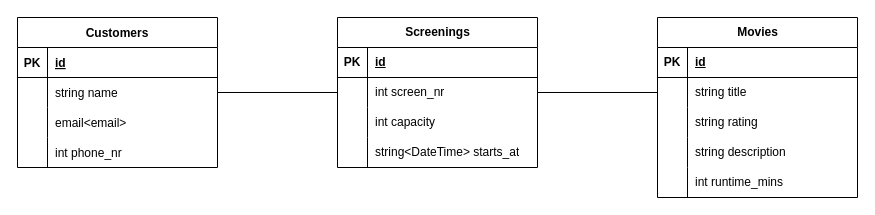
Before: edr.drawio in boolean-uk/csharp-api-cinema-challenge, a draw.io diagram. Source tidied: cells renumbered, new cells numbered last; positions are measured from the earlier drawing's top-left corner, leaving out a move shared by most shapes. Both pictures are drawn from the tidied source at 100%, with x=0, y=0 at pixel (17, 17).
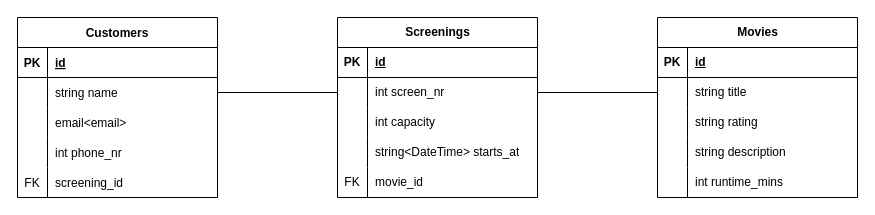
The same diagram, later.

Commit message:
updated edr with foreignkeys

The change refers to these unchanged cells:
```xml
<mxCell id="19" style="shape=tableRow;horizontal=0;startSize=0;swimlaneHead=0;swimlaneBody=0;fillColor=none;points=[[0,0.5],[1,0.5]];portConstraint=eastwest;top=0;left=0;right=0;bottom=0;" parent="15" vertex="1">
  <mxGeometry y="60" width="200" height="30" as="geometry" />
</mxCell>
<mxCell id="32" style="shape=tableRow;horizontal=0;startSize=0;swimlaneHead=0;swimlaneBody=0;fillColor=none;points=[[0,0.5],[1,0.5]];portConstraint=eastwest;top=0;left=0;right=0;bottom=0;" parent="28" vertex="1">
  <mxGeometry y="60" width="200" height="30" as="geometry" />
</mxCell>
```

What changed in the source:
```diff
@@
     <mxCell id="2" value="Customers" style="shape=table;startSize=30;childLayout=tableLayout;rowLines=0;fontStyle=1;align=center;" parent="1" vertex="1">
-      <mxGeometry width="200" height="150" as="geometry" />
+      <mxGeometry width="200" height="180" as="geometry" />
     </mxCell>
@@
+    <mxCell id="46" style="shape=partialRectangle;fillColor=none;top=0;left=0;right=0;bottom=0;" parent="2" vertex="1">
+      <mxGeometry y="150" width="200" height="30" as="geometry" />
+    </mxCell>
+    <mxCell id="47" value="FK" style="shape=partialRectangle;overflow=hidden;fillColor=none;top=0;left=0;bottom=0;right=0;" parent="46" vertex="1">
+      <mxGeometry width="30" height="30" as="geometry" />
+    </mxCell>
+    <mxCell id="48" value="screening_id" style="shape=partialRectangle;overflow=hidden;fillColor=none;top=0;left=0;bottom=0;right=0;align=left;spacingLeft=6;" parent="46" vertex="1">
+      <mxGeometry x="30" width="170" height="30" as="geometry" />
+    </mxCell>
     <mxCell id="15" value="Screenings" style="shape=table;startSize=30;childLayout=tableLayout;rowLines=0;fontStyle=1;align=center;html=1;" parent="1" vertex="1">
-      <mxGeometry x="320" width="200" height="150" as="geometry" />
+      <mxGeometry x="320" width="200" height="180" as="geometry" />
     </mxCell>
@@
+    <mxCell id="49" style="shape=tableRow;horizontal=0;startSize=0;swimlaneHead=0;swimlaneBody=0;fillColor=none;top=0;left=0;right=0;bottom=0;" parent="15" vertex="1">
+      <mxGeometry y="120" width="200" height="30" as="geometry" />
+    </mxCell>
+    <mxCell id="50" style="shape=partialRectangle;fillColor=none;top=0;left=0;bottom=0;right=0;overflow=hidden;whiteSpace=wrap;html=1;" parent="49" vertex="1">
+      <mxGeometry width="30" height="30" as="geometry" />
+    </mxCell>
+    <mxCell id="51" value="string&amp;lt;DateTime&amp;gt; starts_at" style="shape=partialRectangle;fillColor=none;top=0;left=0;bottom=0;right=0;align=left;spacingLeft=6;overflow=hidden;whiteSpace=wrap;html=1;" parent="49" vertex="1">
+      <mxGeometry x="30" width="170" height="30" as="geometry" />
+    </mxCell>
     <mxCell id="25" style="shape=tableRow;horizontal=0;startSize=0;swimlaneHead=0;swimlaneBody=0;fillColor=none;top=0;left=0;right=0;bottom=0;" parent="15" vertex="1">
-      <mxGeometry y="120" width="200" height="30" as="geometry" />
+      <mxGeometry y="150" width="200" height="30" as="geometry" />
     </mxCell>
-    <mxCell id="26" style="shape=partialRectangle;fillColor=none;top=0;left=0;bottom=0;right=0;overflow=hidden;whiteSpace=wrap;html=1;" parent="25" vertex="1">
+    <mxCell id="26" value="FK" style="shape=partialRectangle;fillColor=none;top=0;left=0;bottom=0;right=0;overflow=hidden;whiteSpace=wrap;html=1;" parent="25" vertex="1">
       <mxGeometry width="30" height="30" as="geometry" />
     </mxCell>
-    <mxCell id="27" value="string&amp;lt;DateTime&amp;gt; starts_at" style="shape=partialRectangle;fillColor=none;top=0;left=0;bottom=0;right=0;align=left;spacingLeft=6;overflow=hidden;whiteSpace=wrap;html=1;" parent="25" vertex="1">
+    <mxCell id="27" value="movie_id" style="shape=partialRectangle;fillColor=none;top=0;left=0;bottom=0;right=0;align=left;spacingLeft=6;overflow=hidden;whiteSpace=wrap;html=1;" parent="25" vertex="1">
       <mxGeometry x="30" width="170" height="30" as="geometry" />
     </mxCell>
@@
-    <mxCell id="44" style="shape=connector;rounded=0;jettySize=auto;html=1;labelBackgroundColor=default;strokeColor=default;align=center;verticalAlign=middle;fontFamily=Helvetica;fontSize=11;fontColor=default;endArrow=none;endFill=0;" parent="1" edge="1" source="15" target="32">
+    <mxCell id="44" style="shape=connector;rounded=0;jettySize=auto;html=1;labelBackgroundColor=default;strokeColor=default;align=center;verticalAlign=middle;fontFamily=Helvetica;fontSize=11;fontColor=default;endArrow=none;endFill=0;" parent="1" edge="1" source="19" target="32">
       <mxGeometry relative="1" as="geometry" />
     </mxCell>
```
